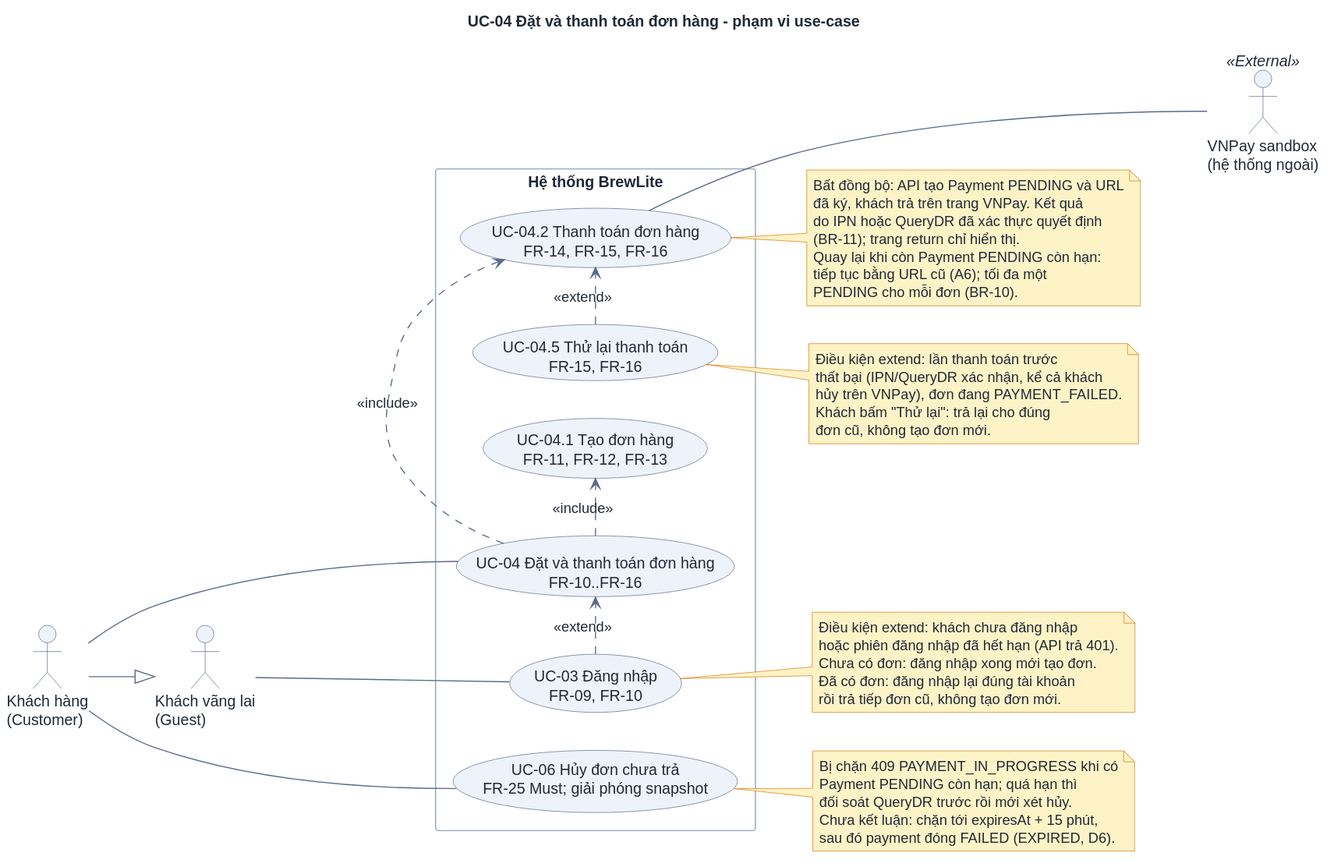
Earlier version of the PlantUML export docs/requirements/uc-checkout.svg (DuVinhLoi/BrewLite).
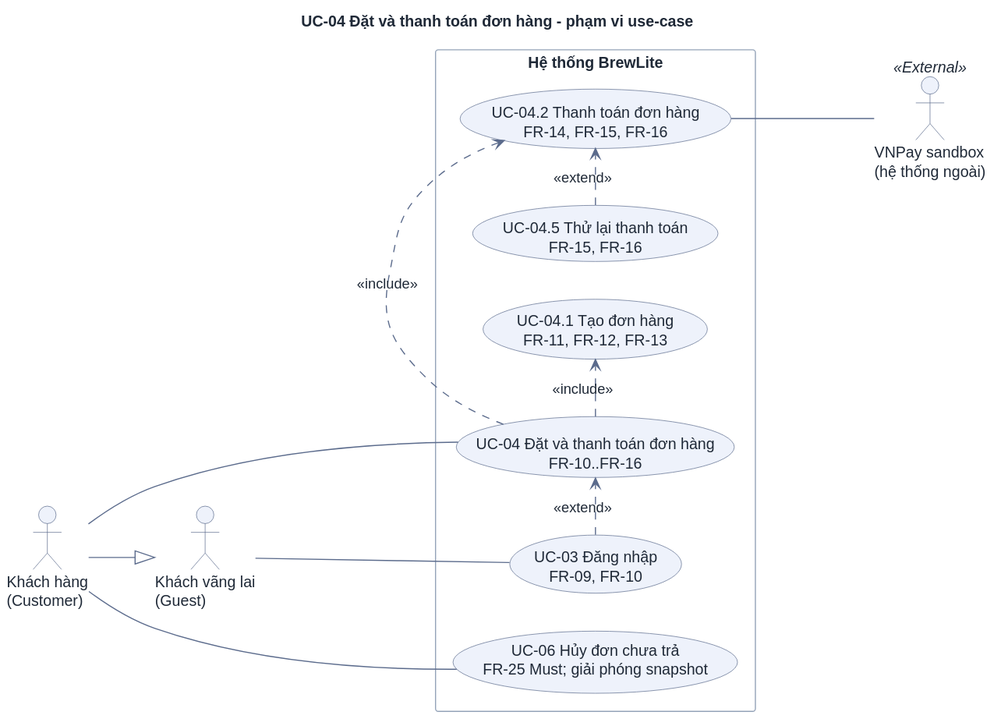
The same diagram one commit later.

Change to the diagram source:
```diff
@@ -8,8 +8,6 @@
 skinparam ActorBorderColor #5b6b8c
 skinparam UsecaseBackgroundColor #eef2fb
 skinparam UsecaseBorderColor #5b6b8c
-skinparam NoteBackgroundColor #fef3c7
-skinparam NoteBorderColor #d97706
 skinparam Shadowing false
 
 left to right direction
@@ -41,38 +39,4 @@
 UC03 .> UC04 : <<extend>>
 
 UC042 --- Pay
-
-note right of UC03
-  Điều kiện extend: khách chưa đăng nhập
-  hoặc phiên đăng nhập đã hết hạn (API trả 401).
-  Chưa có đơn: đăng nhập xong mới tạo đơn.
-  Đã có đơn: đăng nhập lại đúng tài khoản
-  rồi trả tiếp đơn cũ, không tạo đơn mới.
-end note
-
-note right of UC045
-  Điều kiện extend: lần thanh toán trước
-  thất bại (IPN/QueryDR xác nhận, kể cả khách
-  hủy trên VNPay), đơn đang PAYMENT_FAILED.
-  Khách bấm "Thử lại": trả lại cho đúng
-  đơn cũ, không tạo đơn mới.
-end note
-
-note right of UC042
-  Bất đồng bộ: API tạo Payment PENDING và URL
-  đã ký, khách trả trên trang VNPay. Kết quả
-  do IPN hoặc QueryDR đã xác thực quyết định
-  (BR-11); trang return chỉ hiển thị.
-  Quay lại khi còn Payment PENDING còn hạn:
-  tiếp tục bằng URL cũ (A6); tối đa một
-  PENDING cho mỗi đơn (BR-10).
-end note
-
-note right of UC06
-  Bị chặn 409 PAYMENT_IN_PROGRESS khi có
-  Payment PENDING còn hạn; quá hạn thì
-  đối soát QueryDR trước rồi mới xét hủy.
-  Chưa kết luận: chặn tới expiresAt + 15 phút,
-  sau đó payment đóng FAILED (EXPIRED, D6).
-end note
 @enduml
```
